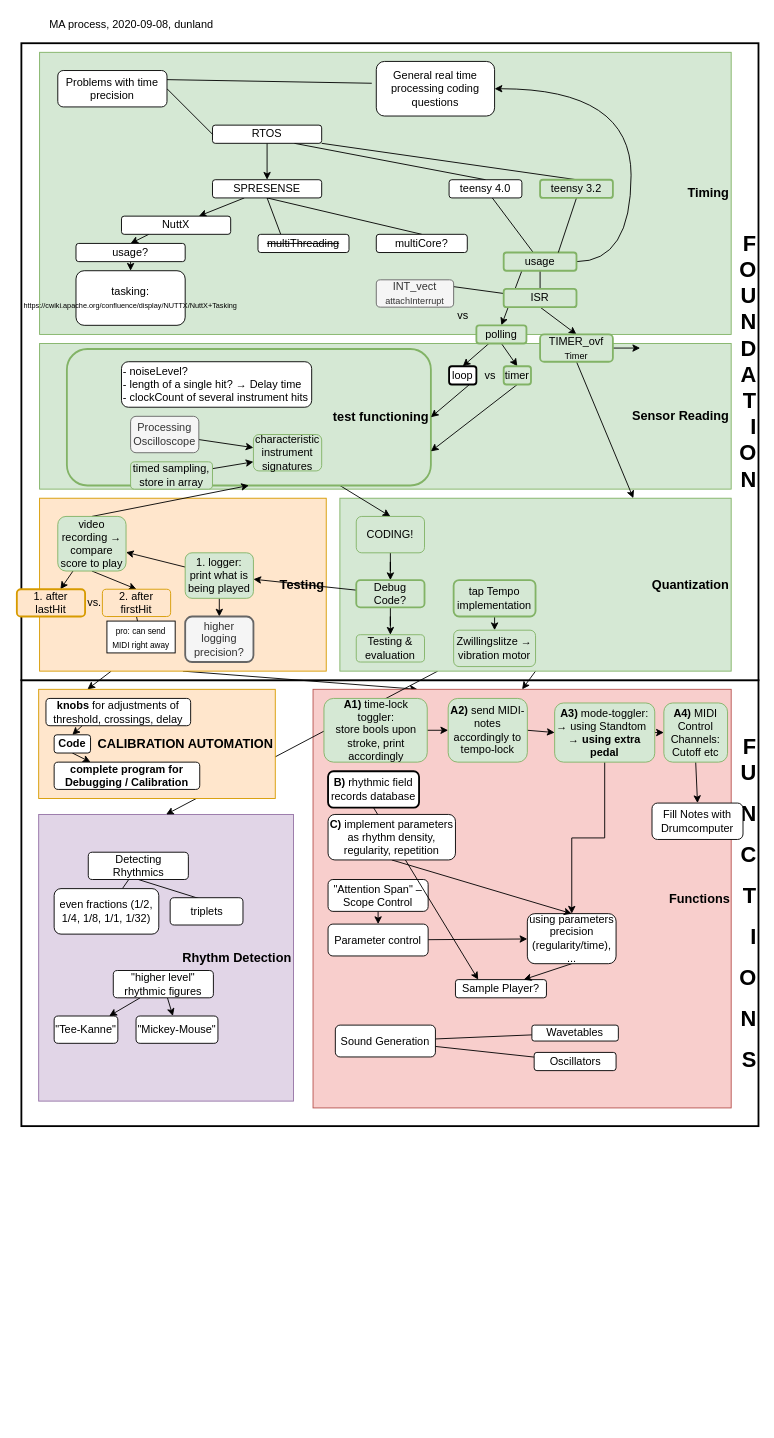
Earlier version of the draw.io diagram page "current" (1 of 5) of Doc/MA_progress.drawio (dunland/muscle). Source tidied: cells renumbered, new cells numbered last; positions are measured from the earlier drawing's top-left corner, leaving out a move shared by most shapes. Both pictures are drawn from the tidied source at 91%, with x=0, y=0 at pixel (16, 15).
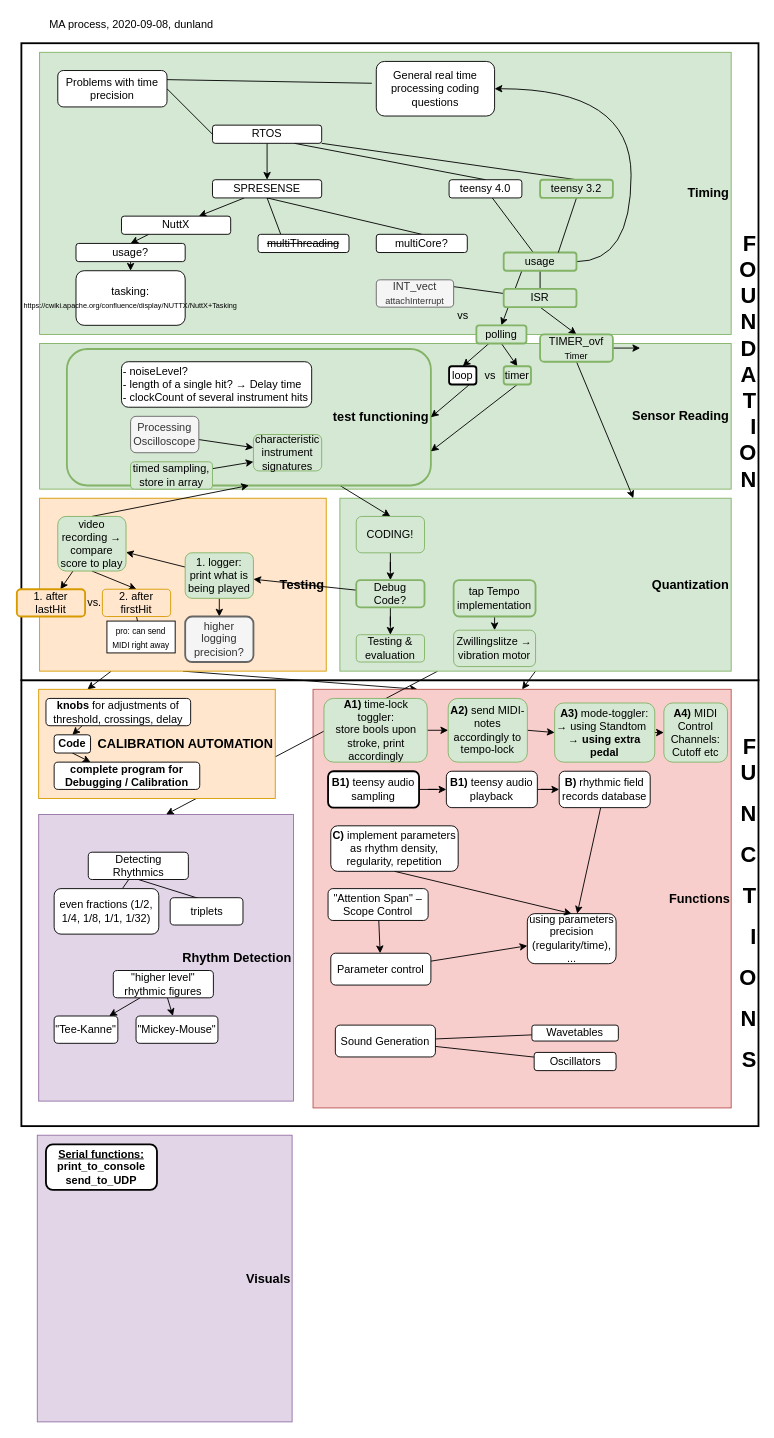
Above is the later version.

Commit message (it also covers changes not shown here):
footswitch mode for SWELL & serial to processing

Unchanged cells that the change refers to:
```xml
<mxCell id="118" value="using parameters precision (regularity/time), ..." style="rounded=1;whiteSpace=wrap;html=1;strokeWidth=1;" parent="1" vertex="1">
  <mxGeometry x="561" y="986.5" width="97.5" height="55" as="geometry" />
</mxCell>
<mxCell id="127" value="&lt;b&gt;A4)&lt;/b&gt;&amp;nbsp;MIDI Control Channels: Cutoff etc" style="rounded=1;whiteSpace=wrap;html=1;strokeWidth=1;fillColor=#d5e8d4;strokeColor=#82b366;" parent="1" vertex="1">
  <mxGeometry x="711" y="755" width="70" height="65" as="geometry" />
</mxCell>
<mxCell id="130" value="&lt;b&gt;A3)&lt;/b&gt;&amp;nbsp;mode-toggler:&lt;br&gt;→ using Standtom&amp;nbsp;&amp;nbsp;&lt;br&gt;&lt;b&gt;→ using extra pedal&lt;/b&gt;" style="rounded=1;whiteSpace=wrap;html=1;strokeWidth=1;fillColor=#d5e8d4;strokeColor=#82b366;" parent="1" vertex="1">
  <mxGeometry x="591" y="755" width="110" height="65" as="geometry" />
</mxCell>
```

Change to the diagram source:
```diff
@@
-    <mxCell id="36" value="Sample Player?" style="rounded=1;whiteSpace=wrap;html=1;" parent="1" vertex="1">
-      <mxGeometry x="482" y="1059" width="100" height="20" as="geometry" />
-    </mxCell>
@@
     <mxCell id="43" value="&quot;Attention Span&quot; ‒ Scope Control" style="rounded=1;whiteSpace=wrap;html=1;" parent="1" vertex="1">
-      <mxGeometry x="342" y="949" width="110" height="35" as="geometry" />
+      <mxGeometry x="342" y="959" width="110" height="35" as="geometry" />
     </mxCell>
@@
     <mxCell id="45" value="Parameter control" style="rounded=1;whiteSpace=wrap;html=1;" parent="1" vertex="1">
-      <mxGeometry x="342" y="998" width="110" height="35" as="geometry" />
+      <mxGeometry x="345" y="1030" width="110" height="35" as="geometry" />
     </mxCell>
@@
-    <mxCell id="63" value="Fill Notes with Drumcomputer" style="rounded=1;whiteSpace=wrap;html=1;" parent="1" vertex="1">
-      <mxGeometry x="698" y="865" width="100" height="40" as="geometry" />
-    </mxCell>
@@
-    <mxCell id="114" style="edgeStyle=orthogonalEdgeStyle;rounded=0;jettySize=auto;html=1;" parent="1" edge="1" source="130" target="118">
+    <mxCell id="114" style="rounded=0;jettySize=auto;html=1;" parent="1" edge="1" source="120" target="118">
       <mxGeometry relative="1" as="geometry" />
     </mxCell>
@@
-    <mxCell id="117" style="edgeStyle=none;rounded=0;jettySize=auto;html=1;exitX=0.5;exitY=1;exitDx=0;exitDy=0;entryX=0.75;entryY=0;entryDx=0;entryDy=0;endArrow=classic;endFill=1;" parent="1" edge="1" source="118" target="36">
-      <mxGeometry relative="1" as="geometry" />
-    </mxCell>
@@
-    <mxCell id="119" style="edgeStyle=none;rounded=0;jettySize=auto;html=1;exitX=0.5;exitY=1;exitDx=0;exitDy=0;entryX=0.25;entryY=0;entryDx=0;entryDy=0;endArrow=classic;endFill=1;" parent="1" edge="1" source="120" target="36">
-      <mxGeometry relative="1" as="geometry" />
-    </mxCell>
-    <mxCell id="120" value="&lt;b&gt;B)&lt;/b&gt; rhythmic field records database" style="rounded=1;whiteSpace=wrap;html=1;strokeWidth=2;" parent="1" vertex="1">
-      <mxGeometry x="342" y="830" width="100" height="40" as="geometry" />
-    </mxCell>
@@
-    <mxCell id="126" style="edgeStyle=none;rounded=0;jettySize=auto;html=1;exitX=0.5;exitY=1;exitDx=0;exitDy=0;entryX=0.5;entryY=0;entryDx=0;entryDy=0;endArrow=classic;endFill=1;" parent="1" edge="1" source="127" target="63">
-      <mxGeometry relative="1" as="geometry" />
-    </mxCell>
@@
     <mxCell id="129" value="&lt;b&gt;C)&lt;/b&gt;&amp;nbsp;implement parameters as rhythm density, regularity, repetition" style="rounded=1;whiteSpace=wrap;html=1;" parent="1" vertex="1">
-      <mxGeometry x="342" y="877.5" width="140" height="50" as="geometry" />
+      <mxGeometry x="345" y="890" width="140" height="50" as="geometry" />
     </mxCell>
@@
+    <mxCell id="131" style="edgeStyle=orthogonalEdgeStyle;rounded=0;jettySize=auto;html=1;" parent="1" edge="1" source="132" target="134">
+      <mxGeometry relative="1" as="geometry" />
+    </mxCell>
+    <mxCell id="132" value="&lt;b&gt;B1)&lt;/b&gt;&amp;nbsp;teensy audio sampling" style="rounded=1;whiteSpace=wrap;html=1;strokeWidth=2;" parent="1" vertex="1">
+      <mxGeometry x="342" y="830" width="100" height="40" as="geometry" />
+    </mxCell>
+    <mxCell id="120" value="&lt;b&gt;B)&lt;/b&gt; rhythmic field records database" style="rounded=1;whiteSpace=wrap;html=1;strokeWidth=1;" parent="1" vertex="1">
+      <mxGeometry x="596" y="830" width="100" height="40" as="geometry" />
+    </mxCell>
+    <mxCell id="133" style="edgeStyle=orthogonalEdgeStyle;rounded=0;jettySize=auto;html=1;" parent="1" edge="1" source="134" target="120">
+      <mxGeometry relative="1" as="geometry" />
+    </mxCell>
+    <mxCell id="134" value="&lt;b&gt;B1)&lt;/b&gt;&amp;nbsp;teensy audio playback" style="rounded=1;whiteSpace=wrap;html=1;strokeWidth=1;" parent="1" vertex="1">
+      <mxGeometry x="472" y="830" width="100" height="40" as="geometry" />
+    </mxCell>
+    <mxCell id="135" value="&lt;font size=&quot;1&quot;&gt;&lt;b style=&quot;font-size: 14px&quot;&gt;Visuals&lt;/b&gt;&lt;/font&gt;" style="rounded=0;whiteSpace=wrap;html=1;align=right;fillColor=#e1d5e7;strokeColor=#9673a6;" parent="1" vertex="1">
+      <mxGeometry x="22.5" y="1230" width="280" height="315" as="geometry" />
+    </mxCell>
+    <mxCell id="136" value="&lt;b&gt;&lt;u&gt;Serial functions:&lt;br&gt;&lt;/u&gt;print_to_console&lt;/b&gt;&lt;br&gt;&lt;b&gt;send_to_UDP&lt;/b&gt;" style="rounded=1;whiteSpace=wrap;html=1;strokeWidth=2;" parent="1" vertex="1">
+      <mxGeometry x="32" y="1240" width="122" height="50" as="geometry" />
+    </mxCell>
```
